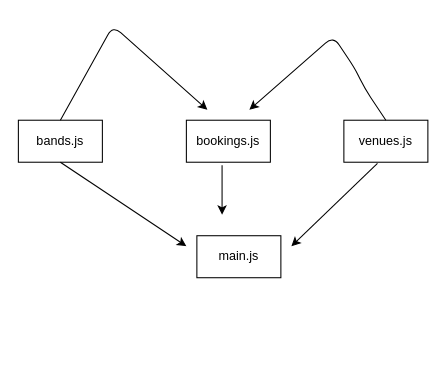
Above: graphs/dependency.drawio in Daniel-Bennett777/NSS-tour-sugar (draw.io), before the change. Source tidied: cells renumbered, new cells numbered last; positions are measured from the earlier drawing's top-left corner, leaving out a move shared by most shapes. Both pictures are drawn from the tidied source at 105%, with x=0, y=0 at pixel (18, 25).
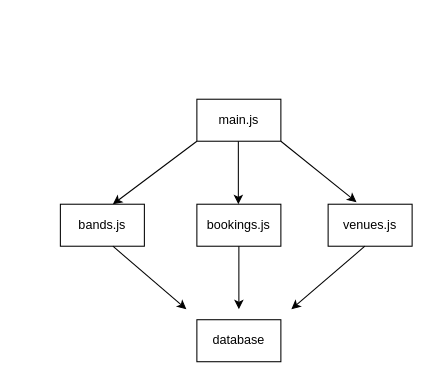
The same page after the edit.

The edit, as a diff of the source:
```diff
@@
     <mxCell id="2" value="main.js" style="whiteSpace=wrap;html=1;" parent="1" vertex="1">
-      <mxGeometry x="170" y="200" width="80" height="40" as="geometry" />
+      <mxGeometry x="170" y="70" width="80" height="40" as="geometry" />
     </mxCell>
     <mxCell id="3" value="bands.js&lt;br&gt;" style="whiteSpace=wrap;html=1;" parent="1" vertex="1">
-      <mxGeometry y="90" width="80" height="40" as="geometry" />
+      <mxGeometry x="40" y="170" width="80" height="40" as="geometry" />
     </mxCell>
     <mxCell id="4" value="venues.js&lt;br&gt;" style="whiteSpace=wrap;html=1;" parent="1" vertex="1">
-      <mxGeometry x="310" y="90" width="80" height="40" as="geometry" />
+      <mxGeometry x="295" y="170" width="80" height="40" as="geometry" />
     </mxCell>
     <mxCell id="5" value="bookings.js" style="whiteSpace=wrap;html=1;" parent="1" vertex="1">
-      <mxGeometry x="160" y="90" width="80" height="40" as="geometry" />
+      <mxGeometry x="170" y="170" width="80" height="40" as="geometry" />
     </mxCell>
-    <mxCell id="6" style="endArrow=classic;html=1;fontSize=19;fontColor=#124A18;exitX=0.5;exitY=1;exitDx=0;exitDy=0;" parent="1" edge="1" source="3">
-      <mxGeometry relative="1" as="geometry">
-        <mxPoint x="160" y="210" as="targetPoint" />
-      </mxGeometry>
-    </mxCell>
-    <mxCell id="7" style="endArrow=classic;html=1;fontSize=19;fontColor=#124A18;exitX=0.425;exitY=1.075;exitDx=0;exitDy=0;exitPerimeter=0;" parent="1" edge="1" source="5">
-      <mxGeometry relative="1" as="geometry">
-        <mxPoint x="194" y="180" as="targetPoint" />
-      </mxGeometry>
-    </mxCell>
-    <mxCell id="8" style="endArrow=classic;html=1;fontSize=19;fontColor=#124A18;exitX=0.4;exitY=1.025;exitDx=0;exitDy=0;exitPerimeter=0;" parent="1" edge="1" source="4">
-      <mxGeometry relative="1" as="geometry">
-        <mxPoint x="260" y="210" as="targetPoint" />
-      </mxGeometry>
-    </mxCell>
-    <mxCell id="9" style="endArrow=classic;html=1;fontSize=19;fontColor=#124A18;exitX=0.5;exitY=0;exitDx=0;exitDy=0;" parent="1" edge="1" source="3">
-      <mxGeometry relative="1" as="geometry">
-        <mxPoint x="180" y="80" as="targetPoint" />
-        <Array as="points">
-          <mxPoint x="90" />
-        </Array>
-      </mxGeometry>
-    </mxCell>
-    <mxCell id="10" style="endArrow=classic;html=1;fontSize=19;fontColor=#124A18;" parent="1" edge="1">
-      <mxGeometry relative="1" as="geometry">
-        <mxPoint x="350" y="90" as="sourcePoint" />
-        <mxPoint x="220" y="80" as="targetPoint" />
-        <Array as="points">
-          <mxPoint x="330" y="60" />
-          <mxPoint x="320" y="40" />
-          <mxPoint x="300" y="10" />
-        </Array>
-      </mxGeometry>
-    </mxCell>
+    <mxCell id="11" value="database" style="whiteSpace=wrap;html=1;" parent="1" vertex="1">
+      <mxGeometry x="170" y="280" width="80" height="40" as="geometry" />
+    </mxCell>
+    <mxCell id="12" style="endArrow=classic;html=1;fontSize=19;fontColor=#124A18;" parent="1" edge="1">
+      <mxGeometry relative="1" as="geometry">
+        <mxPoint x="170" y="110" as="sourcePoint" />
+        <mxPoint x="90" y="170" as="targetPoint" />
+      </mxGeometry>
+    </mxCell>
+    <mxCell id="13" style="endArrow=classic;html=1;fontSize=19;fontColor=#124A18;" parent="1" edge="1">
+      <mxGeometry relative="1" as="geometry">
+        <mxPoint x="209.5" y="110" as="sourcePoint" />
+        <mxPoint x="209.5" y="170" as="targetPoint" />
+        <Array as="points">
+          <mxPoint x="209.5" y="150" />
+        </Array>
+      </mxGeometry>
+    </mxCell>
+    <mxCell id="14" style="endArrow=classic;html=1;fontSize=19;fontColor=#124A18;entryX=0.338;entryY=-0.05;entryDx=0;entryDy=0;entryPerimeter=0;" parent="1" edge="1" target="4">
+      <mxGeometry relative="1" as="geometry">
+        <mxPoint x="250" y="110" as="sourcePoint" />
+      </mxGeometry>
+    </mxCell>
+    <mxCell id="15" style="endArrow=classic;html=1;fontSize=19;fontColor=#124A18;" parent="1" edge="1">
+      <mxGeometry relative="1" as="geometry">
+        <mxPoint x="90" y="210" as="sourcePoint" />
+        <mxPoint x="160" y="270" as="targetPoint" />
+      </mxGeometry>
+    </mxCell>
+    <mxCell id="16" style="endArrow=classic;html=1;fontSize=19;fontColor=#124A18;" parent="1" edge="1">
+      <mxGeometry relative="1" as="geometry">
+        <mxPoint x="330" y="210" as="sourcePoint" />
+        <mxPoint x="260" y="270" as="targetPoint" />
+      </mxGeometry>
+    </mxCell>
+    <mxCell id="17" style="endArrow=classic;html=1;fontSize=19;fontColor=#124A18;exitX=0.5;exitY=1;exitDx=0;exitDy=0;" parent="1" edge="1" source="5">
+      <mxGeometry relative="1" as="geometry">
+        <mxPoint x="210" y="270" as="targetPoint" />
+        <Array as="points">
+          <mxPoint x="210" y="230" />
+        </Array>
+      </mxGeometry>
+    </mxCell>
```
